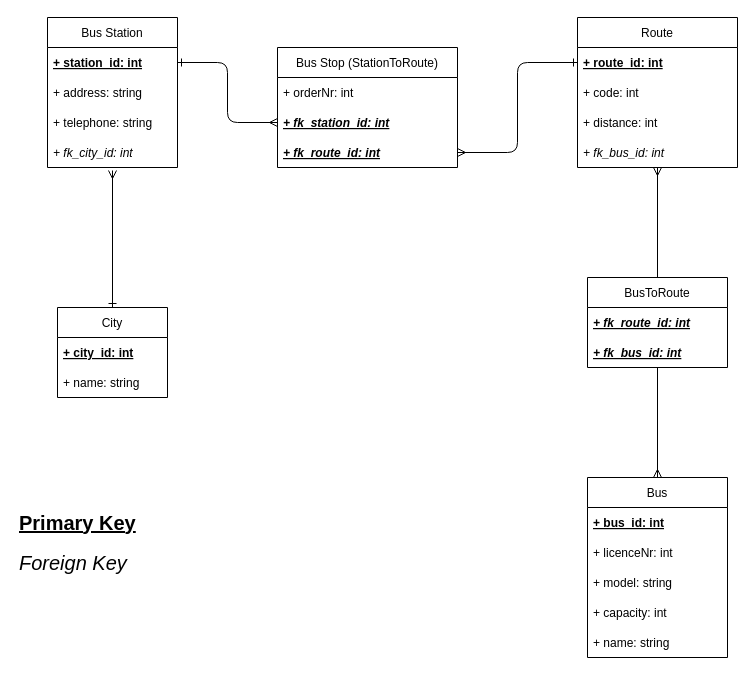
Above: page "UML" (3 of 3) of Philipp/04_transportcompany.drawio in mastapetz/BE16-DBDev-DAY1-Peter-Philipp (draw.io), before the change. Source tidied: cells renumbered, new cells numbered last; positions are measured from the earlier drawing's top-left corner, leaving out a move shared by most shapes. Both pictures are drawn from the tidied source at 100%, with x=0, y=0 at pixel (17, 17).
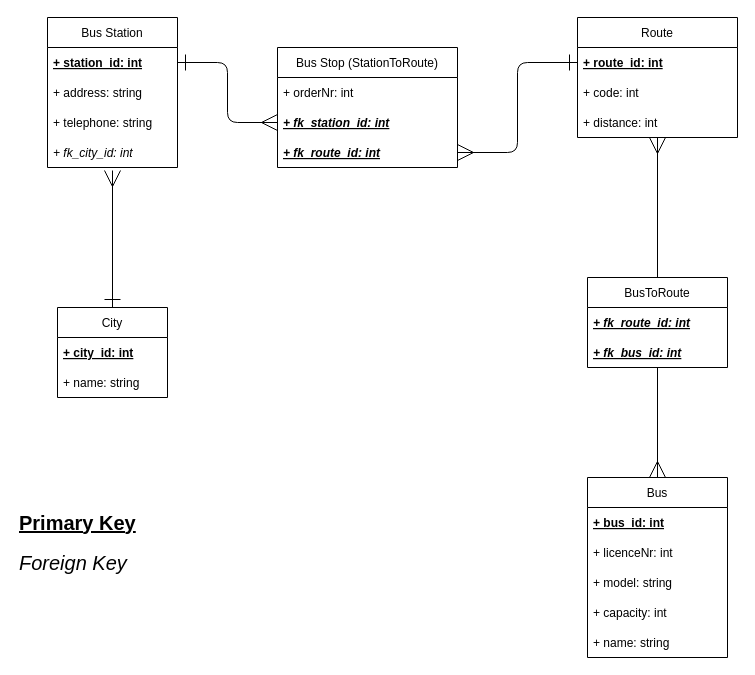
The same diagram, later.

The change refers to these unchanged cells:
```xml
<mxCell id="2" value="Bus" style="swimlane;fontStyle=0;horizontal=1;startSize=30;" parent="1" vertex="1">
  <mxGeometry x="570" y="460" width="140" height="180" as="geometry" />
</mxCell>
<mxCell id="9" value="City" style="swimlane;fontStyle=0;horizontal=1;startSize=30;" parent="1" vertex="1">
  <mxGeometry x="40" y="290" width="110" height="90" as="geometry" />
</mxCell>
<mxCell id="13" value="+ route_id: int" style="text;strokeColor=none;fillColor=none;align=left;verticalAlign=middle;spacingLeft=4;spacingRight=4;overflow=hidden;points=[[0,0.5],[1,0.5]];portConstraint=eastwest;fontStyle=5;" parent="12" vertex="1">
  <mxGeometry y="30" width="160" height="30" as="geometry" />
</mxCell>
<mxCell id="18" value="+ station_id: int" style="text;strokeColor=none;fillColor=none;align=left;verticalAlign=middle;spacingLeft=4;spacingRight=4;overflow=hidden;points=[[0,0.5],[1,0.5]];portConstraint=eastwest;fontStyle=5;" parent="17" vertex="1">
  <mxGeometry y="30" width="130" height="30" as="geometry" />
</mxCell>
<mxCell id="21" value="+ fk_city_id: int" style="text;strokeColor=none;fillColor=none;align=left;verticalAlign=middle;spacingLeft=4;spacingRight=4;overflow=hidden;points=[[0,0.5],[1,0.5]];portConstraint=eastwest;fontStyle=2;" parent="17" vertex="1">
  <mxGeometry y="120" width="130" height="30" as="geometry" />
</mxCell>
<mxCell id="26" value="+ fk_station_id: int" style="text;strokeColor=none;fillColor=none;align=left;verticalAlign=middle;spacingLeft=4;spacingRight=4;overflow=hidden;points=[[0,0.5],[1,0.5]];portConstraint=eastwest;fontStyle=7;" parent="24" vertex="1">
  <mxGeometry y="60" width="180" height="30" as="geometry" />
</mxCell>
<mxCell id="27" value="+ fk_route_id: int" style="text;strokeColor=none;fillColor=none;align=left;verticalAlign=middle;spacingLeft=4;spacingRight=4;overflow=hidden;points=[[0,0.5],[1,0.5]];portConstraint=eastwest;fontStyle=7;" parent="24" vertex="1">
  <mxGeometry y="90" width="180" height="30" as="geometry" />
</mxCell>
<mxCell id="30" value="BusToRoute" style="swimlane;fontStyle=0;horizontal=1;startSize=30;" parent="1" vertex="1">
  <mxGeometry x="570" y="260" width="140" height="90" as="geometry" />
</mxCell>
```

The edit, as a diff of the source:
```diff
@@
-    <mxCell id="8" style="edgeStyle=none;html=1;entryX=0.5;entryY=1.1;entryDx=0;entryDy=0;entryPerimeter=0;startArrow=ERone;startFill=0;endArrow=ERmany;endFill=0;" parent="1" edge="1" source="9" target="21">
+    <mxCell id="8" style="edgeStyle=none;html=1;entryX=0.5;entryY=1.1;entryDx=0;entryDy=0;entryPerimeter=0;startArrow=ERone;startFill=0;endArrow=ERmany;endFill=0;endSize=14;startSize=14;" parent="1" edge="1" source="9" target="21">
       <mxGeometry relative="1" as="geometry" />
     </mxCell>
@@
     <mxCell id="12" value="Route" style="swimlane;fontStyle=0;horizontal=1;startSize=30;" parent="1" vertex="1">
-      <mxGeometry x="560" width="160" height="150" as="geometry" />
+      <mxGeometry x="560" width="160" height="120" as="geometry" />
     </mxCell>
@@
-    <mxCell id="16" value="+ fk_bus_id: int" style="text;strokeColor=none;fillColor=none;align=left;verticalAlign=middle;spacingLeft=4;spacingRight=4;overflow=hidden;points=[[0,0.5],[1,0.5]];portConstraint=eastwest;fontStyle=2;" parent="12" vertex="1">
-      <mxGeometry y="120" width="160" height="30" as="geometry" />
-    </mxCell>
@@
-    <mxCell id="22" style="edgeStyle=orthogonalEdgeStyle;html=1;startArrow=ERmany;startFill=0;endArrow=ERone;endFill=0;entryX=0;entryY=0.5;entryDx=0;entryDy=0;exitX=1;exitY=0.5;exitDx=0;exitDy=0;" parent="1" edge="1" source="27" target="13">
+    <mxCell id="22" style="edgeStyle=orthogonalEdgeStyle;html=1;startArrow=ERmany;startFill=0;endArrow=ERone;endFill=0;entryX=0;entryY=0.5;entryDx=0;entryDy=0;exitX=1;exitY=0.5;exitDx=0;exitDy=0;endSize=14;startSize=14;" parent="1" edge="1" source="27" target="13">
       <mxGeometry relative="1" as="geometry" />
     </mxCell>
-    <mxCell id="23" style="edgeStyle=orthogonalEdgeStyle;html=1;startArrow=ERmany;startFill=0;endArrow=ERone;endFill=0;exitX=0;exitY=0.5;exitDx=0;exitDy=0;entryX=1;entryY=0.5;entryDx=0;entryDy=0;" parent="1" edge="1" source="26" target="18">
+    <mxCell id="23" style="edgeStyle=orthogonalEdgeStyle;html=1;startArrow=ERmany;startFill=0;endArrow=ERone;endFill=0;exitX=0;exitY=0.5;exitDx=0;exitDy=0;entryX=1;entryY=0.5;entryDx=0;entryDy=0;endSize=14;startSize=14;" parent="1" edge="1" source="26" target="18">
       <mxGeometry relative="1" as="geometry" />
     </mxCell>
@@
-    <mxCell id="28" style="edgeStyle=none;html=1;endArrow=ERmany;endFill=0;" parent="1" edge="1" source="30" target="16">
+    <mxCell id="28" style="edgeStyle=none;html=1;endArrow=ERmany;endFill=0;endSize=14;startSize=14;" parent="1" edge="1" source="30" target="12">
       <mxGeometry relative="1" as="geometry" />
     </mxCell>
-    <mxCell id="29" style="edgeStyle=none;html=1;endArrow=ERmany;endFill=0;" parent="1" edge="1" source="30" target="2">
+    <mxCell id="29" style="edgeStyle=none;html=1;endArrow=ERmany;endFill=0;endSize=14;startSize=14;" parent="1" edge="1" source="30" target="2">
       <mxGeometry relative="1" as="geometry" />
     </mxCell>
```
